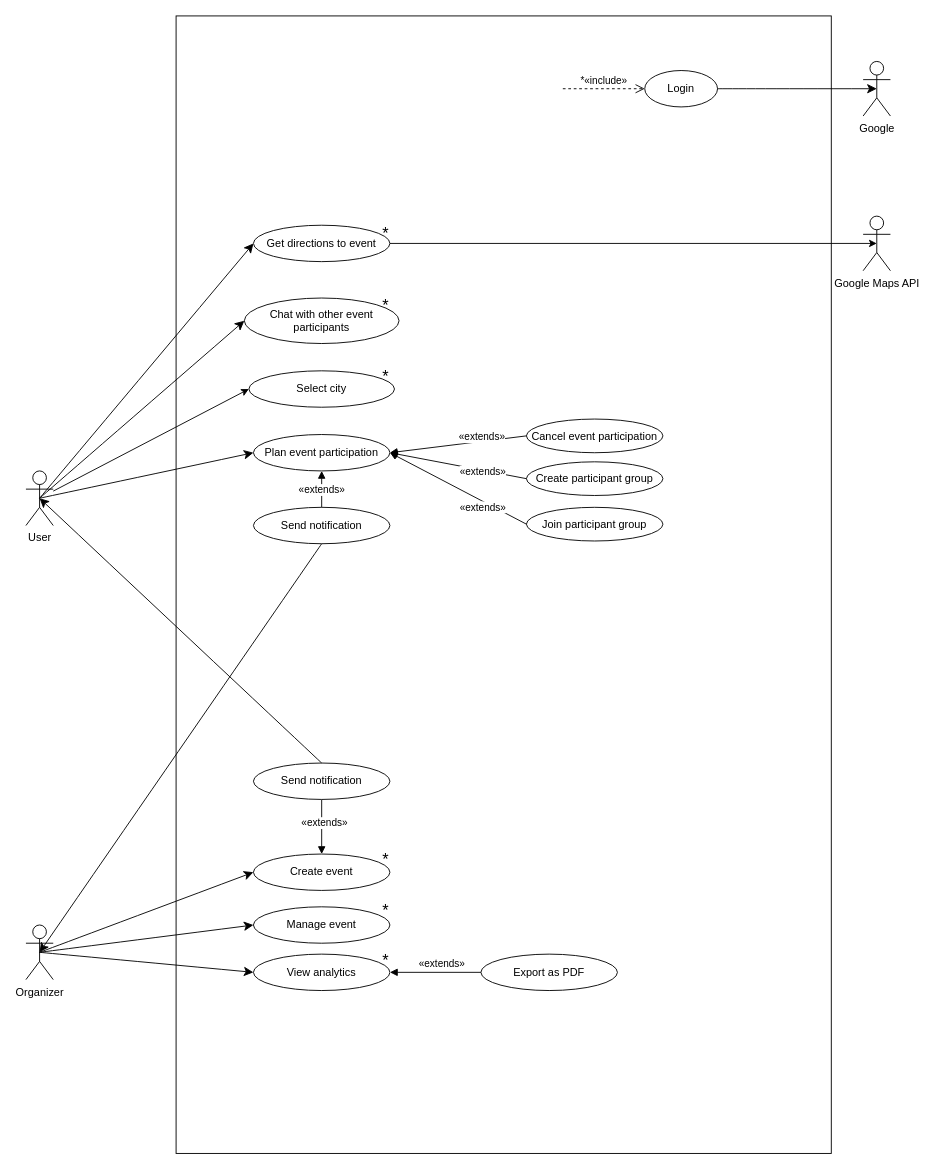
Before: deliverables/UC - Use Case diagram/UC - diagram.drawio in DeveloperMatt02/NightPlan, a draw.io diagram. Source tidied: cells renumbered, new cells numbered last; positions are measured from the earlier drawing's top-left corner, leaving out a move shared by most shapes. Both pictures are drawn from the tidied source at 91%, with x=0, y=0 at pixel (25, 15).
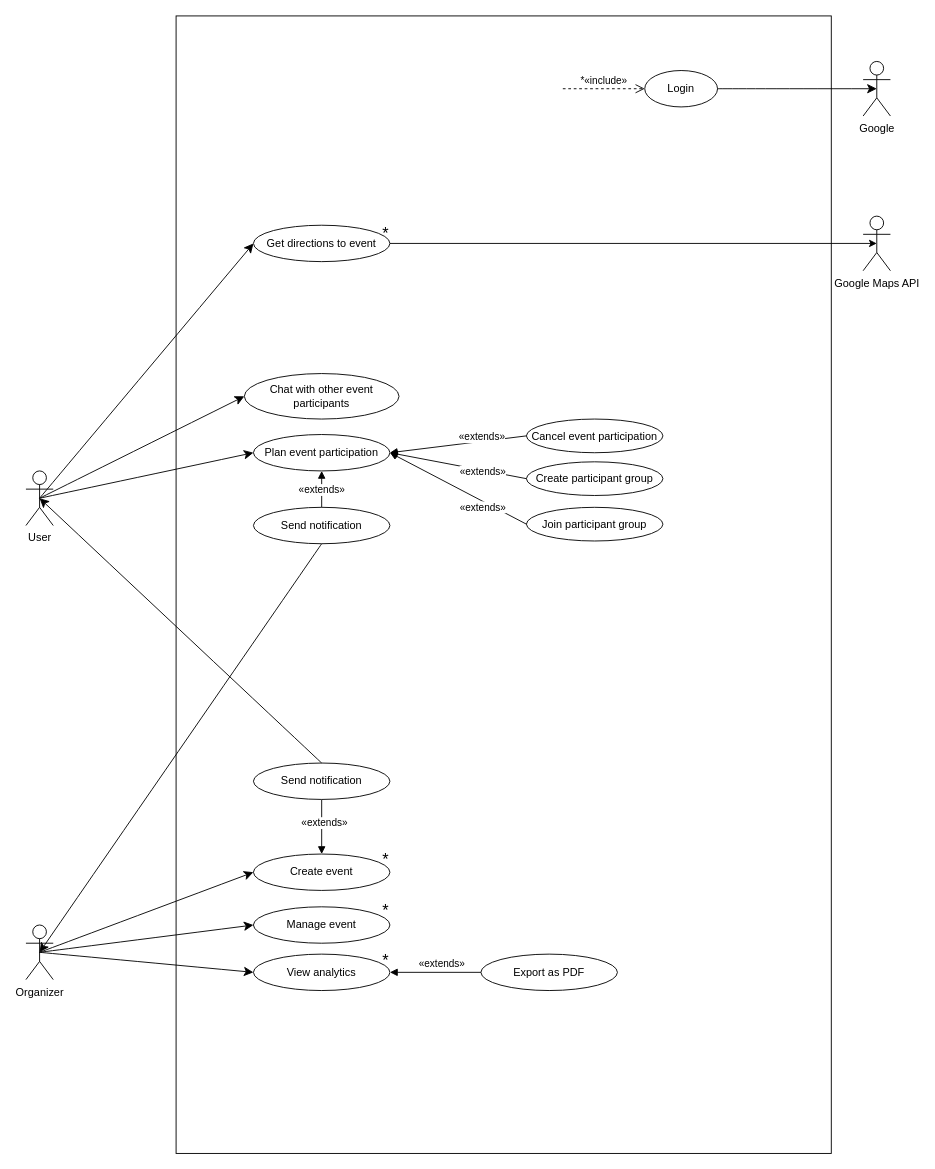
The same diagram, later.

The change refers to these unchanged cells:
```xml
<mxCell id="10" value="User" style="shape=umlActor;verticalLabelPosition=bottom;verticalAlign=top;html=1;" parent="1" vertex="1">
  <mxGeometry y="500" width="30" height="60" as="geometry" />
</mxCell>
```

Diff of the diagram source:
```diff
@@
-    <mxCell id="9" style="rounded=0;jettySize=auto;html=1;entryX=0;entryY=0.5;entryDx=0;entryDy=0;" parent="1" edge="1" source="10" target="44">
-      <mxGeometry relative="1" as="geometry" />
-    </mxCell>
@@
     <mxCell id="42" value="Chat with other event participants" style="ellipse;whiteSpace=wrap;html=1;" parent="1" vertex="1">
-      <mxGeometry x="240" y="310" width="170" height="50" as="geometry" />
+      <mxGeometry x="240" y="393" width="170" height="50" as="geometry" />
     </mxCell>
@@
-    <mxCell id="44" value="Select city" style="ellipse;whiteSpace=wrap;html=1;" parent="1" vertex="1">
-      <mxGeometry x="245" y="390" width="160" height="40" as="geometry" />
-    </mxCell>
-    <mxCell id="45" value="&lt;font style=&quot;font-size: 18px;&quot;&gt;*&lt;/font&gt;" style="text;html=1;align=center;verticalAlign=middle;strokeColor=none;fillColor=none;" parent="1" vertex="1">
-      <mxGeometry x="380" y="299" width="30" height="40" as="geometry" />
-    </mxCell>
-    <mxCell id="46" value="&lt;font style=&quot;font-size: 18px;&quot;&gt;*&lt;/font&gt;" style="text;html=1;align=center;verticalAlign=middle;strokeColor=none;fillColor=none;" parent="1" vertex="1">
-      <mxGeometry x="380" y="377" width="30" height="40" as="geometry" />
-    </mxCell>
```
